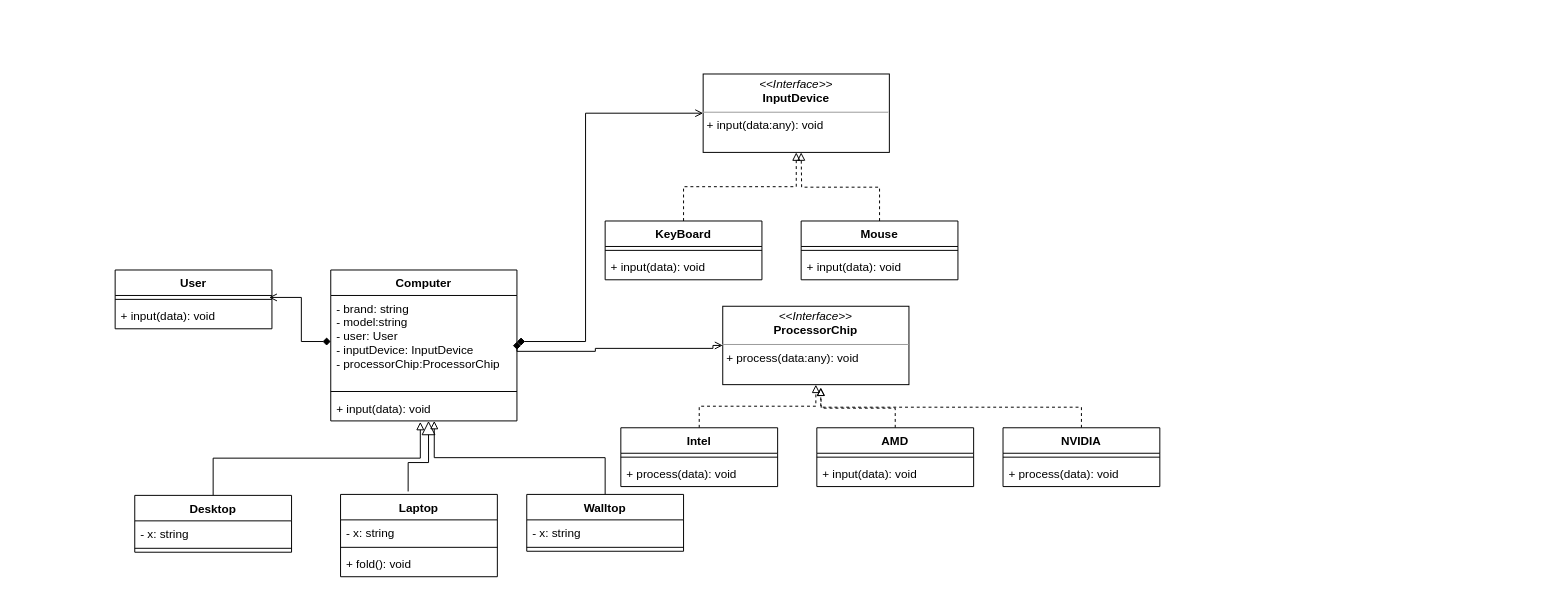
Earlier version of the draw.io diagram Design.drawio (sarahannie/BC13-SOLID). Source tidied: cells renumbered, new cells numbered last; positions are measured from the earlier drawing's top-left corner, leaving out a move shared by most shapes. Both pictures are drawn from the tidied source at 98%, with x=0, y=0 at pixel (115, 74).
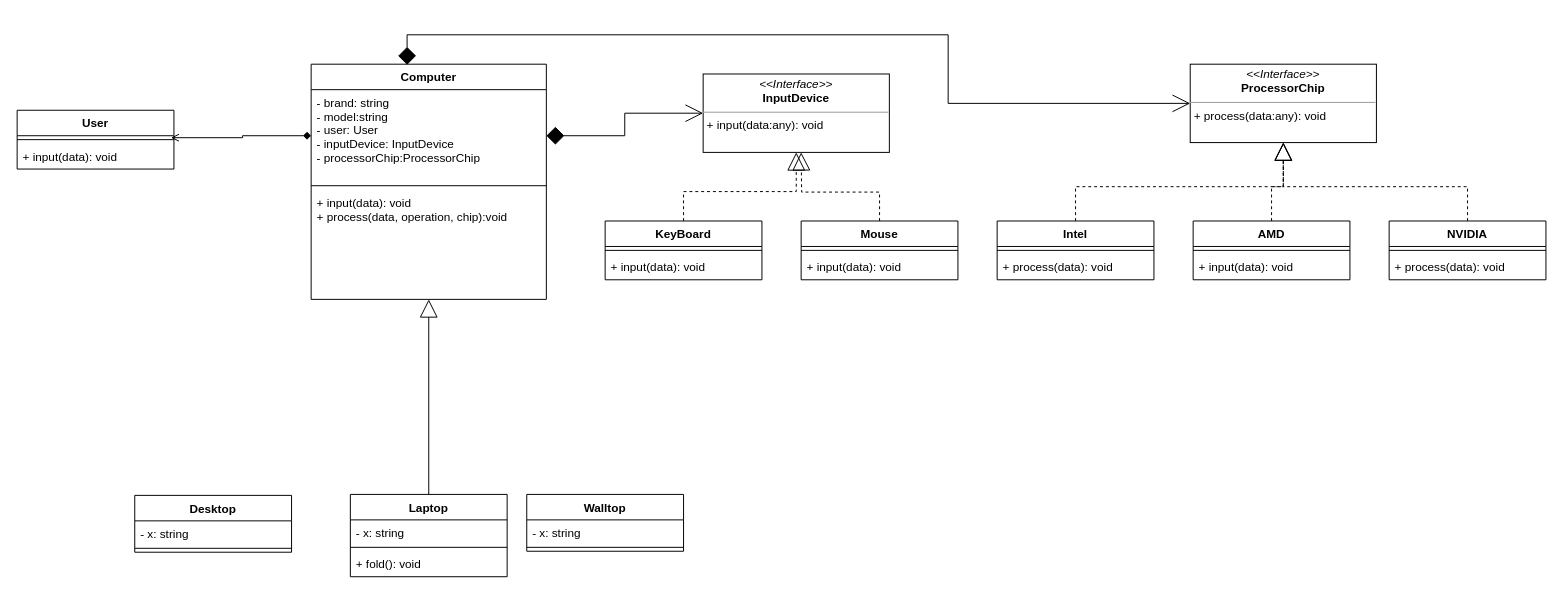
Above is the later version.

Commit message (it also covers changes not shown here):
Refine UML Design for (Input & Process)

Unchanged cells that the change refers to:
```xml
<mxCell id="8" value="Desktop" style="swimlane;fontStyle=1;align=center;verticalAlign=top;horizontal=1;startSize=26;" parent="1" vertex="1">
  <mxGeometry x="20" y="430" width="160" height="58" as="geometry" />
</mxCell>
<mxCell id="16" value="Walltop" style="swimlane;fontStyle=1;align=center;verticalAlign=top;horizontal=1;startSize=26;" parent="1" vertex="1">
  <mxGeometry x="420" y="429" width="160" height="58" as="geometry" />
</mxCell>
<mxCell id="20" value="KeyBoard" style="swimlane;fontStyle=1;align=center;verticalAlign=top;horizontal=1;startSize=26;" parent="1" vertex="1">
  <mxGeometry x="500" y="150" width="160" height="60" as="geometry" />
</mxCell>
<mxCell id="24" value="Mouse" style="swimlane;fontStyle=1;align=center;verticalAlign=top;horizontal=1;startSize=26;" parent="1" vertex="1">
  <mxGeometry x="700" y="150" width="160" height="60" as="geometry" />
</mxCell>
<mxCell id="31" value="&lt;p style=&quot;margin: 0px ; margin-top: 4px ; text-align: center&quot;&gt;&lt;i&gt;&amp;lt;&amp;lt;Interface&amp;gt;&amp;gt;&lt;/i&gt;&lt;br&gt;&lt;b&gt;InputDevice&lt;/b&gt;&lt;/p&gt;&lt;hr size=&quot;1&quot;&gt;&lt;p style=&quot;margin: 0px ; margin-left: 4px&quot;&gt;&lt;/p&gt;&lt;p style=&quot;margin: 0px ; margin-left: 4px&quot;&gt;+ input(data:any): void&lt;br&gt;&lt;br&gt;&lt;/p&gt;" style="verticalAlign=top;align=left;overflow=fill;fontSize=12;fontFamily=Helvetica;html=1;" parent="1" vertex="1">
  <mxGeometry x="600" width="190" height="80" as="geometry" />
</mxCell>
```

The edit, as a diff of the source:
```diff
@@
     <mxCell id="2" value="Computer" style="swimlane;fontStyle=1;align=center;verticalAlign=top;horizontal=1;startSize=26;" parent="1" vertex="1">
-      <mxGeometry x="220" y="200" width="190" height="154" as="geometry" />
+      <mxGeometry x="200" y="-10" width="240" height="240" as="geometry" />
     </mxCell>
     <mxCell id="3" value="- brand: string&#10;- model:string&#10;- user: User&#10;- inputDevice: InputDevice&#10;- processorChip:ProcessorChip" style="text;strokeColor=none;fillColor=none;align=left;verticalAlign=top;spacingLeft=4;spacingRight=4;overflow=hidden;points=[[0,0.5],[1,0.5]];portConstraint=eastwest;" parent="2" vertex="1">
-      <mxGeometry y="26" width="190" height="94" as="geometry" />
+      <mxGeometry y="26" width="240" height="94" as="geometry" />
     </mxCell>
     <mxCell id="4" style="line;strokeWidth=1;fillColor=none;align=left;verticalAlign=middle;spacingTop=-1;spacingLeft=3;spacingRight=3;labelPosition=right;" parent="2" vertex="1">
-      <mxGeometry y="120" width="190" height="8" as="geometry" />
+      <mxGeometry y="120" width="240" height="8" as="geometry" />
     </mxCell>
-    <mxCell id="5" value="+ input(data): void" style="text;strokeColor=none;fillColor=none;align=left;verticalAlign=top;spacingLeft=4;spacingRight=4;overflow=hidden;points=[[0,0.5],[1,0.5]];portConstraint=eastwest;" parent="2" vertex="1">
-      <mxGeometry y="128" width="190" height="26" as="geometry" />
+    <mxCell id="5" value="+ input(data): void&#10;+ process(data, operation, chip):void" style="text;strokeColor=none;fillColor=none;align=left;verticalAlign=top;spacingLeft=4;spacingRight=4;overflow=hidden;points=[[0,0.5],[1,0.5]];portConstraint=eastwest;" parent="2" vertex="1">
+      <mxGeometry y="128" width="240" height="112" as="geometry" />
     </mxCell>
-    <mxCell id="6" style="edgeStyle=orthogonalEdgeStyle;rounded=0;jettySize=auto;html=1;endArrow=block;endFill=0;endSize=12;exitX=0.431;exitY=-0.036;exitDx=0;exitDy=0;exitPerimeter=0;entryX=0.525;entryY=1;entryDx=0;entryDy=0;entryPerimeter=0;" parent="1" edge="1" source="11" target="5">
-      <mxGeometry relative="1" as="geometry" />
-    </mxCell>
-    <mxCell id="7" style="edgeStyle=orthogonalEdgeStyle;rounded=0;jettySize=auto;html=1;entryX=0.481;entryY=1.038;entryDx=0;entryDy=0;entryPerimeter=0;endArrow=block;endFill=0;" parent="1" edge="1" source="8" target="5">
-      <mxGeometry relative="1" as="geometry" />
-    </mxCell>
@@
+    <mxCell id="47" style="edgeStyle=orthogonalEdgeStyle;rounded=0;jettySize=auto;html=1;endArrow=block;endFill=0;endSize=16;" parent="1" edge="1" source="11" target="2">
+      <mxGeometry relative="1" as="geometry" />
+    </mxCell>
     <mxCell id="11" value="Laptop" style="swimlane;fontStyle=1;align=center;verticalAlign=top;horizontal=1;startSize=26;" parent="1" vertex="1">
-      <mxGeometry x="230" y="429" width="160" height="84" as="geometry" />
+      <mxGeometry x="240" y="429" width="160" height="84" as="geometry" />
     </mxCell>
@@
-    <mxCell id="15" style="edgeStyle=orthogonalEdgeStyle;rounded=0;jettySize=auto;html=1;entryX=0.556;entryY=1;entryDx=0;entryDy=0;entryPerimeter=0;endArrow=block;endFill=0;" parent="1" edge="1" source="16" target="5">
-      <mxGeometry relative="1" as="geometry" />
-    </mxCell>
@@
-    <mxCell id="19" style="edgeStyle=orthogonalEdgeStyle;rounded=0;jettySize=auto;html=1;entryX=0.5;entryY=1;entryDx=0;entryDy=0;startArrow=none;startFill=0;endArrow=block;endFill=0;dashed=1;" parent="1" edge="1" source="20" target="31">
+    <mxCell id="19" style="edgeStyle=orthogonalEdgeStyle;rounded=0;jettySize=auto;html=1;entryX=0.5;entryY=1;entryDx=0;entryDy=0;startArrow=none;startFill=0;endArrow=block;endFill=0;dashed=1;endSize=16;" parent="1" edge="1" source="20" target="31">
       <mxGeometry relative="1" as="geometry" />
     </mxCell>
@@
-    <mxCell id="23" style="edgeStyle=orthogonalEdgeStyle;rounded=0;jettySize=auto;html=1;dashed=1;startArrow=none;startFill=0;endArrow=block;endFill=0;" parent="1" edge="1" source="24">
+    <mxCell id="23" style="edgeStyle=orthogonalEdgeStyle;rounded=0;jettySize=auto;html=1;dashed=1;startArrow=none;startFill=0;endArrow=block;endFill=0;endSize=16;" parent="1" edge="1" source="24">
       <mxGeometry relative="1" as="geometry">
         <mxPoint x="700" y="80" as="targetPoint" />
       </mxGeometry>
     </mxCell>
@@
     <mxCell id="27" value="User" style="swimlane;fontStyle=1;align=center;verticalAlign=top;horizontal=1;startSize=26;" parent="1" vertex="1">
-      <mxGeometry y="200" width="160" height="60" as="geometry" />
+      <mxGeometry x="-100" y="37" width="160" height="60" as="geometry" />
     </mxCell>
@@
-    <mxCell id="32" style="edgeStyle=orthogonalEdgeStyle;rounded=0;jettySize=auto;html=1;entryX=0;entryY=0.5;entryDx=0;entryDy=0;startArrow=diamond;startFill=1;endArrow=open;endFill=0;" parent="1" edge="1" source="3" target="31">
-      <mxGeometry relative="1" as="geometry">
-        <Array as="points">
-          <mxPoint x="480" y="273" />
-          <mxPoint x="480" y="40" />
-        </Array>
-      </mxGeometry>
-    </mxCell>
     <mxCell id="33" value="&lt;p style=&quot;margin: 0px ; margin-top: 4px ; text-align: center&quot;&gt;&lt;i&gt;&amp;lt;&amp;lt;Interface&amp;gt;&amp;gt;&lt;/i&gt;&lt;br&gt;&lt;b&gt;ProcessorChip&lt;/b&gt;&lt;/p&gt;&lt;hr size=&quot;1&quot;&gt;&lt;p style=&quot;margin: 0px ; margin-left: 4px&quot;&gt;&lt;/p&gt;&lt;p style=&quot;margin: 0px ; margin-left: 4px&quot;&gt;+ process(data:any): void&lt;br&gt;&lt;br&gt;&lt;/p&gt;" style="verticalAlign=top;align=left;overflow=fill;fontSize=12;fontFamily=Helvetica;html=1;" parent="1" vertex="1">
-      <mxGeometry x="620" y="237" width="190" height="80" as="geometry" />
+      <mxGeometry x="1097" y="-10" width="190" height="80" as="geometry" />
     </mxCell>
-    <mxCell id="34" style="edgeStyle=orthogonalEdgeStyle;rounded=0;jettySize=auto;html=1;dashed=1;startArrow=none;startFill=0;endArrow=block;endFill=0;" parent="1" edge="1" source="35" target="33">
-      <mxGeometry relative="1" as="geometry" />
-    </mxCell>
     <mxCell id="35" value="Intel" style="swimlane;fontStyle=1;align=center;verticalAlign=top;horizontal=1;startSize=26;" parent="1" vertex="1">
-      <mxGeometry x="516" y="361" width="160" height="60" as="geometry" />
+      <mxGeometry x="900" y="150" width="160" height="60" as="geometry" />
     </mxCell>
@@
-    <mxCell id="38" style="edgeStyle=orthogonalEdgeStyle;rounded=0;jettySize=auto;html=1;dashed=1;startArrow=none;startFill=0;endArrow=block;endFill=0;" parent="1" edge="1" source="39">
-      <mxGeometry relative="1" as="geometry">
-        <mxPoint x="720" y="320" as="targetPoint" />
-      </mxGeometry>
-    </mxCell>
     <mxCell id="39" value="AMD" style="swimlane;fontStyle=1;align=center;verticalAlign=top;horizontal=1;startSize=26;" parent="1" vertex="1">
-      <mxGeometry x="716" y="361" width="160" height="60" as="geometry" />
+      <mxGeometry x="1100" y="150" width="160" height="60" as="geometry" />
     </mxCell>
@@
-    <mxCell id="42" style="edgeStyle=orthogonalEdgeStyle;rounded=0;jettySize=auto;html=1;dashed=1;startArrow=none;startFill=0;endArrow=block;endFill=0;" parent="1" edge="1" source="43">
-      <mxGeometry relative="1" as="geometry">
-        <mxPoint x="720" y="320" as="targetPoint" />
-        <Array as="points">
-          <mxPoint x="986" y="340" />
-          <mxPoint x="720" y="340" />
-        </Array>
-      </mxGeometry>
-    </mxCell>
     <mxCell id="43" value="NVIDIA" style="swimlane;fontStyle=1;align=center;verticalAlign=top;horizontal=1;startSize=26;" parent="1" vertex="1">
-      <mxGeometry x="906" y="361" width="160" height="60" as="geometry" />
+      <mxGeometry x="1300" y="150" width="160" height="60" as="geometry" />
     </mxCell>
@@
-    <mxCell id="46" style="edgeStyle=orthogonalEdgeStyle;rounded=0;jettySize=auto;html=1;entryX=0;entryY=0.5;entryDx=0;entryDy=0;startArrow=diamond;startFill=1;endArrow=open;endFill=0;exitX=1;exitY=0.5;exitDx=0;exitDy=0;" parent="1" edge="1" source="3" target="33">
-      <mxGeometry relative="1" as="geometry">
-        <Array as="points">
-          <mxPoint x="410" y="283" />
-          <mxPoint x="490" y="283" />
-          <mxPoint x="490" y="280" />
-          <mxPoint x="610" y="280" />
-          <mxPoint x="610" y="277" />
-        </Array>
-      </mxGeometry>
-    </mxCell>
+    <mxCell id="32" style="edgeStyle=orthogonalEdgeStyle;rounded=0;jettySize=auto;html=1;endArrow=open;endFill=0;endSize=16;startArrow=diamond;startFill=1;startSize=16;" parent="1" edge="1" source="3" target="31">
+      <mxGeometry relative="1" as="geometry" />
+    </mxCell>
+    <mxCell id="34" style="edgeStyle=orthogonalEdgeStyle;rounded=0;jettySize=auto;html=1;startArrow=none;startFill=0;endArrow=block;endFill=0;dashed=1;endSize=16;exitX=0.5;exitY=0;exitDx=0;exitDy=0;" parent="1" edge="1" source="35" target="33">
+      <mxGeometry relative="1" as="geometry" />
+    </mxCell>
+    <mxCell id="48" style="edgeStyle=orthogonalEdgeStyle;rounded=0;jettySize=auto;html=1;startArrow=none;startFill=0;endArrow=block;endFill=0;dashed=1;endSize=16;exitX=0.5;exitY=0;exitDx=0;exitDy=0;entryX=0.5;entryY=1;entryDx=0;entryDy=0;" parent="1" edge="1" source="39" target="33">
+      <mxGeometry relative="1" as="geometry" />
+    </mxCell>
+    <mxCell id="49" style="edgeStyle=orthogonalEdgeStyle;rounded=0;jettySize=auto;html=1;startArrow=none;startFill=0;endArrow=block;endFill=0;dashed=1;endSize=16;exitX=0.5;exitY=0;exitDx=0;exitDy=0;" parent="1" edge="1" source="43" target="33">
+      <mxGeometry relative="1" as="geometry" />
+    </mxCell>
+    <mxCell id="50" style="edgeStyle=orthogonalEdgeStyle;rounded=0;jettySize=auto;html=1;endArrow=open;endFill=0;endSize=16;startArrow=diamond;startFill=1;startSize=16;exitX=0.408;exitY=0.003;exitDx=0;exitDy=0;exitPerimeter=0;" parent="1" edge="1" source="2" target="33">
+      <mxGeometry relative="1" as="geometry">
+        <Array as="points">
+          <mxPoint x="298" y="-40" />
+          <mxPoint x="850" y="-40" />
+          <mxPoint x="850" y="30" />
+        </Array>
+      </mxGeometry>
+    </mxCell>
```
